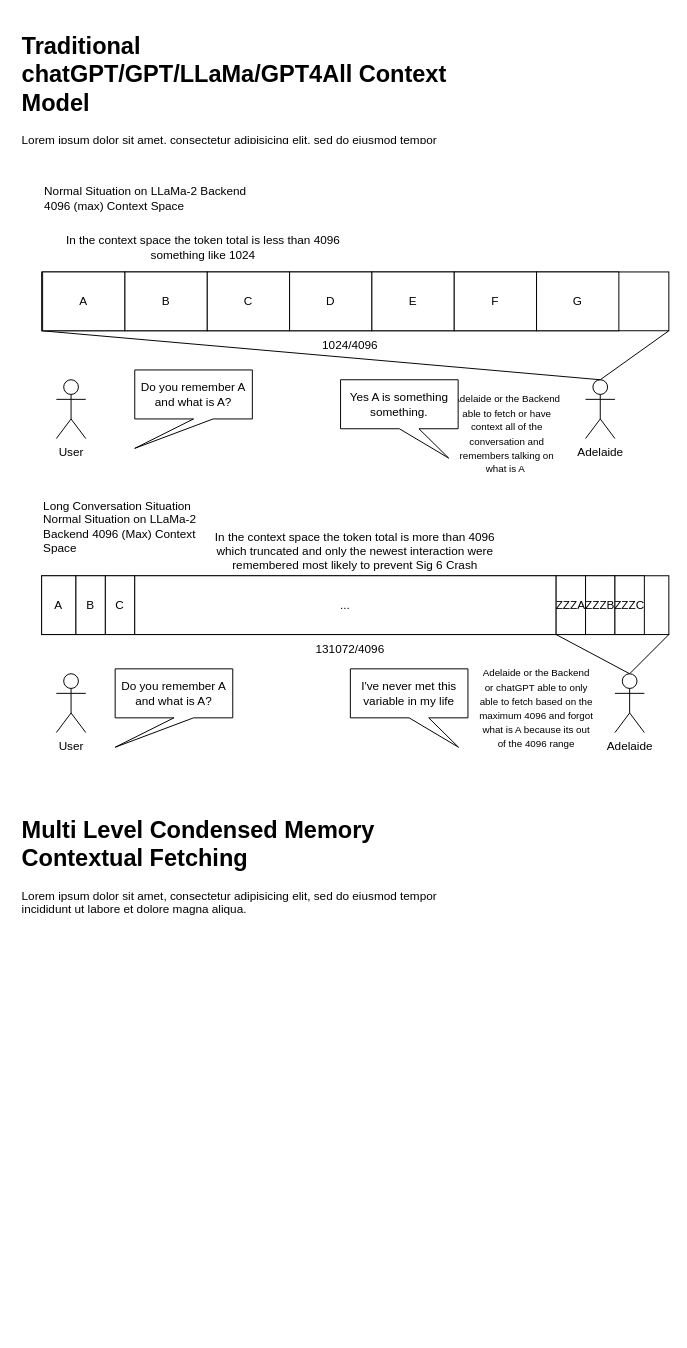
albertstarfield/project-zephyrine keeps this draw.io diagram as page "Multi Level Condensed Memory Contextual Fetching" (2 of 2) of documentation/Developer Documentation/Architecture of Adelaide/Basic Building Block of Adelaide Paradigm.drawio. Above is the earlier version. Source tidied: cells renumbered, new cells numbered last; positions are measured from the earlier drawing's top-left corner, leaving out a move shared by most shapes. Both pictures are drawn from the tidied source at 98%, with x=0, y=0 at pixel (17, 26).
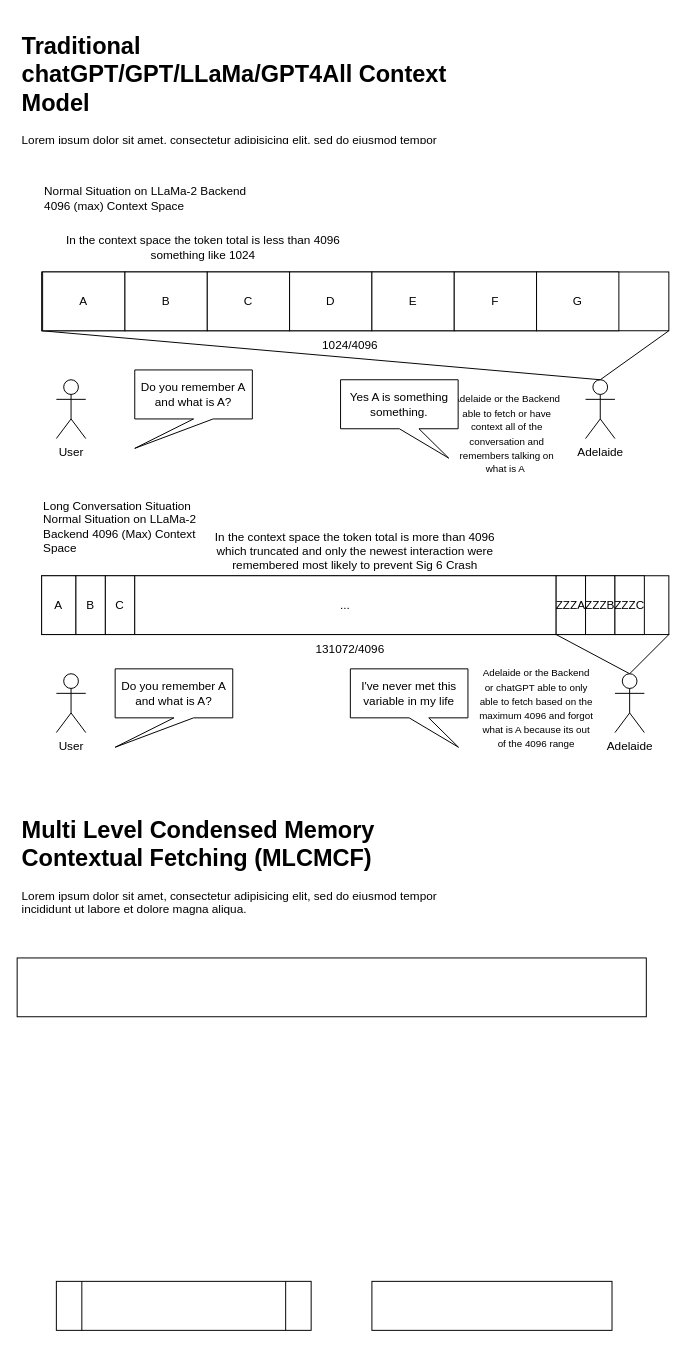
The same diagram, later.

Change to the diagram source:
```diff
@@
-    <mxCell id="6" value="&lt;h1&gt;Multi Level Condensed Memory Contextual Fetching&amp;nbsp;&lt;/h1&gt;&lt;p&gt;Lorem ipsum dolor sit amet, consectetur adipisicing elit, sed do eiusmod tempor incididunt ut labore et dolore magna aliqua.&lt;/p&gt;" style="text;html=1;strokeColor=none;fillColor=none;spacing=5;spacingTop=-20;whiteSpace=wrap;overflow=hidden;rounded=0;" parent="1" vertex="1">
+    <mxCell id="6" value="&lt;h1&gt;Multi Level Condensed Memory Contextual Fetching (MLCMCF)&amp;nbsp;&lt;/h1&gt;&lt;p&gt;Lorem ipsum dolor sit amet, consectetur adipisicing elit, sed do eiusmod tempor incididunt ut labore et dolore magna aliqua.&lt;/p&gt;" style="text;html=1;strokeColor=none;fillColor=none;spacing=5;spacingTop=-20;whiteSpace=wrap;overflow=hidden;rounded=0;" parent="1" vertex="1">
       <mxGeometry y="800" width="460" height="120" as="geometry" />
     </mxCell>
@@
+    <mxCell id="40" style="shape=process;whiteSpace=wrap;html=1;backgroundOutline=1;" parent="1" vertex="1">
+      <mxGeometry x="40" y="1280" width="260" height="50" as="geometry" />
+    </mxCell>
+    <mxCell id="41" style="rounded=0;whiteSpace=wrap;html=1;" parent="1" vertex="1">
+      <mxGeometry y="950" width="642" height="60" as="geometry" />
+    </mxCell>
+    <mxCell id="42" style="rounded=0;whiteSpace=wrap;html=1;" parent="1" vertex="1">
+      <mxGeometry x="362" y="1280" width="245" height="50" as="geometry" />
+    </mxCell>
```
